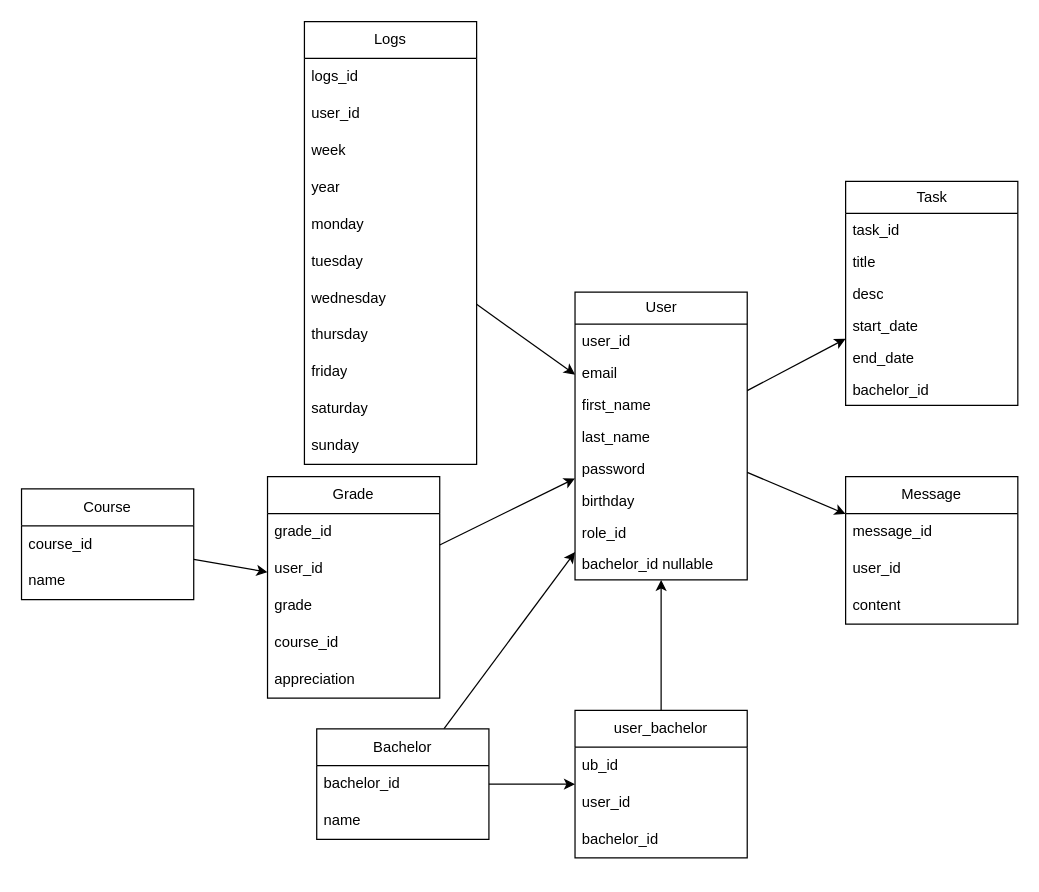
Earlier version of the draw.io diagram mcd.drawio (augustin-yvon/moonshot). Source tidied: cells renumbered, new cells numbered last; positions are measured from the earlier drawing's top-left corner, leaving out a move shared by most shapes. Both pictures are drawn from the tidied source at 123%, with x=0, y=0 at pixel (21, 21).
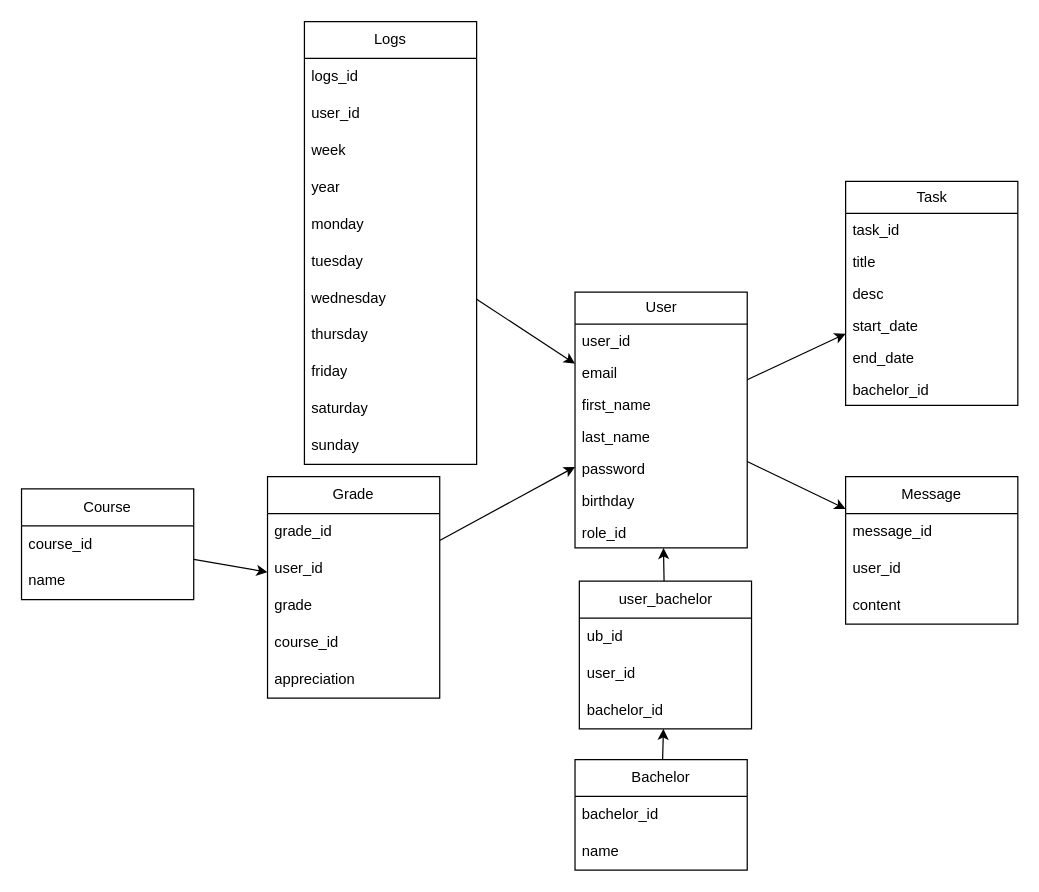
After the change.

Commit message:
modif relation

The edit, as a diff of the source:
```diff
@@
     <mxCell id="4" value="User" style="swimlane;fontStyle=0;horizontal=1;startSize=26;fillColor=none;html=1;" parent="1" vertex="1">
-      <mxGeometry x="450" y="220" width="140" height="234" as="geometry" />
+      <mxGeometry x="450" y="220" width="140" height="208" as="geometry" />
     </mxCell>
@@
-    <mxCell id="12" value="bachelor_id nullable" style="text;strokeColor=none;fillColor=none;align=left;verticalAlign=top;spacingLeft=4;spacingRight=4;overflow=hidden;whiteSpace=wrap;html=1;" parent="4" vertex="1">
-      <mxGeometry y="208" width="140" height="26" as="geometry" />
-    </mxCell>
@@
-    <mxCell id="21" style="edgeStyle=none;html=1;" parent="1" edge="1" source="22" target="4">
-      <mxGeometry relative="1" as="geometry" />
-    </mxCell>
     <mxCell id="22" value="Bachelor" style="swimlane;fontStyle=0;horizontal=1;startSize=30;whiteSpace=wrap;html=1;" parent="1" vertex="1">
-      <mxGeometry x="240" y="575" width="140" height="90" as="geometry" />
+      <mxGeometry x="450" y="600" width="140" height="90" as="geometry" />
     </mxCell>
@@
     <mxCell id="26" value="user_bachelor" style="swimlane;fontStyle=0;horizontal=1;startSize=30;whiteSpace=wrap;html=1;" parent="1" vertex="1">
-      <mxGeometry x="450" y="560" width="140" height="120" as="geometry" />
+      <mxGeometry x="453.5" y="455" width="140" height="120" as="geometry" />
     </mxCell>
```
